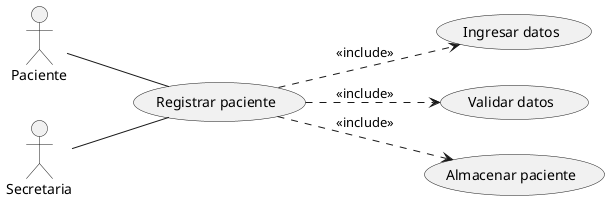
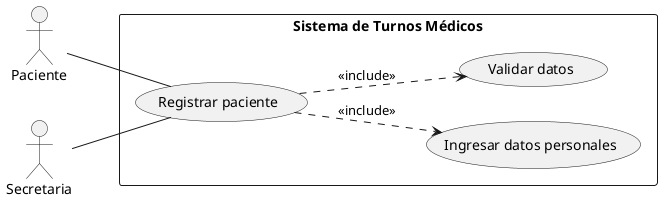
@startuml
left to right direction
+ 
actor Paciente
actor Secretaria

- usecase "Registrar paciente" as UC1
- usecase "Ingresar datos" as UC2
- usecase "Validar datos" as UC3
- usecase "Almacenar paciente" as UC4
+ rectangle "Sistema de Turnos Médicos" {
+     usecase "Registrar paciente" as UC1
+     usecase "Ingresar datos personales" as UC2
+     usecase "Validar datos" as UC3
+ }

Paciente -- UC1
Secretaria -- UC1

UC1 ..> UC2 : <<include>>
UC1 ..> UC3 : <<include>>
- UC1 ..> UC4 : <<include>>
- @enduml+ @enduml
